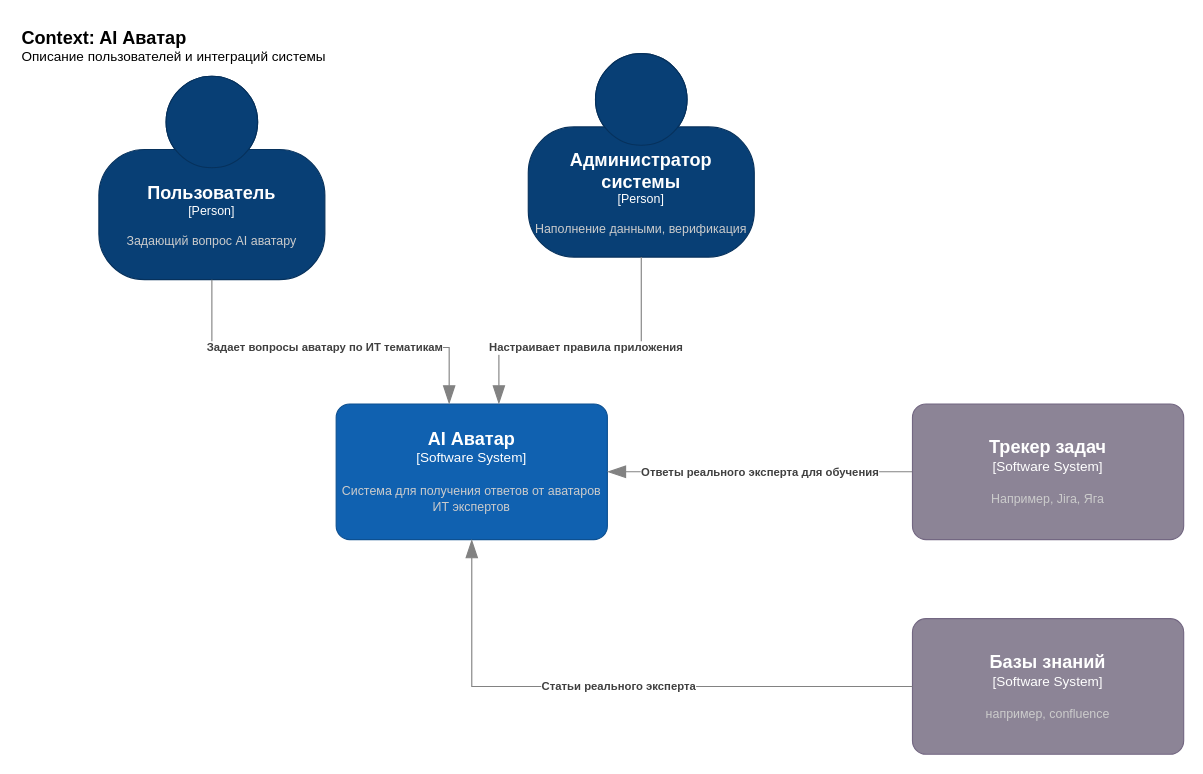
The draw.io diagram Диаграмма без названия.drawio in oleana/AI_Avatar, before the edit. Source tidied: cells renumbered, new cells numbered last; positions are measured from the earlier drawing's top-left corner, leaving out a move shared by most shapes. Both pictures are drawn from the tidied source at 113%, with x=0, y=0 at pixel (19, 19).
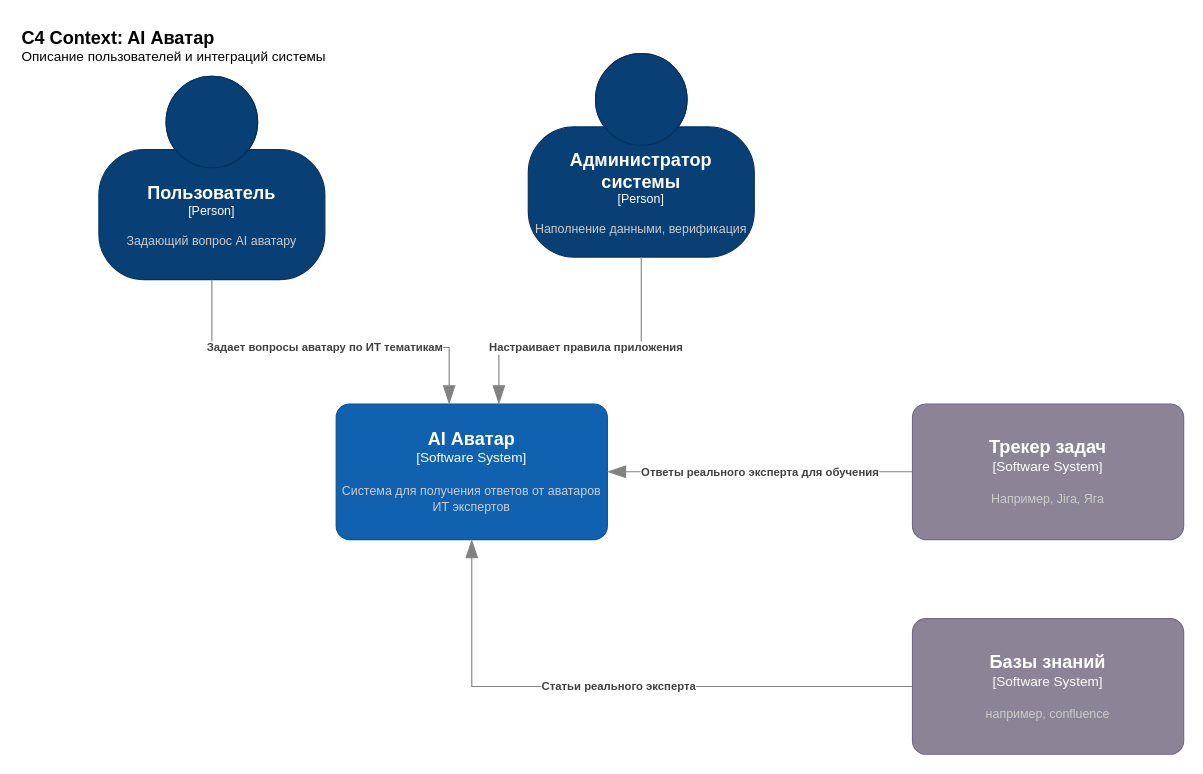
The same page after the edit.

The edit, as a diff of the source:
```diff
@@
-    <object id="5" label="&lt;font style=&quot;font-size: 16px&quot;&gt;&lt;b&gt;&lt;div style=&quot;text-align: left&quot;&gt;%c4Name%&lt;/div&gt;&lt;/b&gt;&lt;/font&gt;&lt;div style=&quot;text-align: left&quot;&gt;%c4Description%&lt;/div&gt;" c4Description="Описание пользователей и интеграций системы" c4Name="Context: AI Аватар" placeholders="1">
+    <object id="5" label="&lt;font style=&quot;font-size: 16px&quot;&gt;&lt;b&gt;&lt;div style=&quot;text-align: left&quot;&gt;%c4Name%&lt;/div&gt;&lt;/b&gt;&lt;/font&gt;&lt;div style=&quot;text-align: left&quot;&gt;%c4Description%&lt;/div&gt;" c4Description="Описание пользователей и интеграций системы" c4Name="C4 Context: AI Аватар" placeholders="1">
       <mxCell style="text;html=1;strokeColor=none;fillColor=none;align=left;verticalAlign=top;whiteSpace=wrap;rounded=0;" parent="1" vertex="1">
         <mxGeometry width="340" height="40" as="geometry" />
       </mxCell>
     </object>
```
